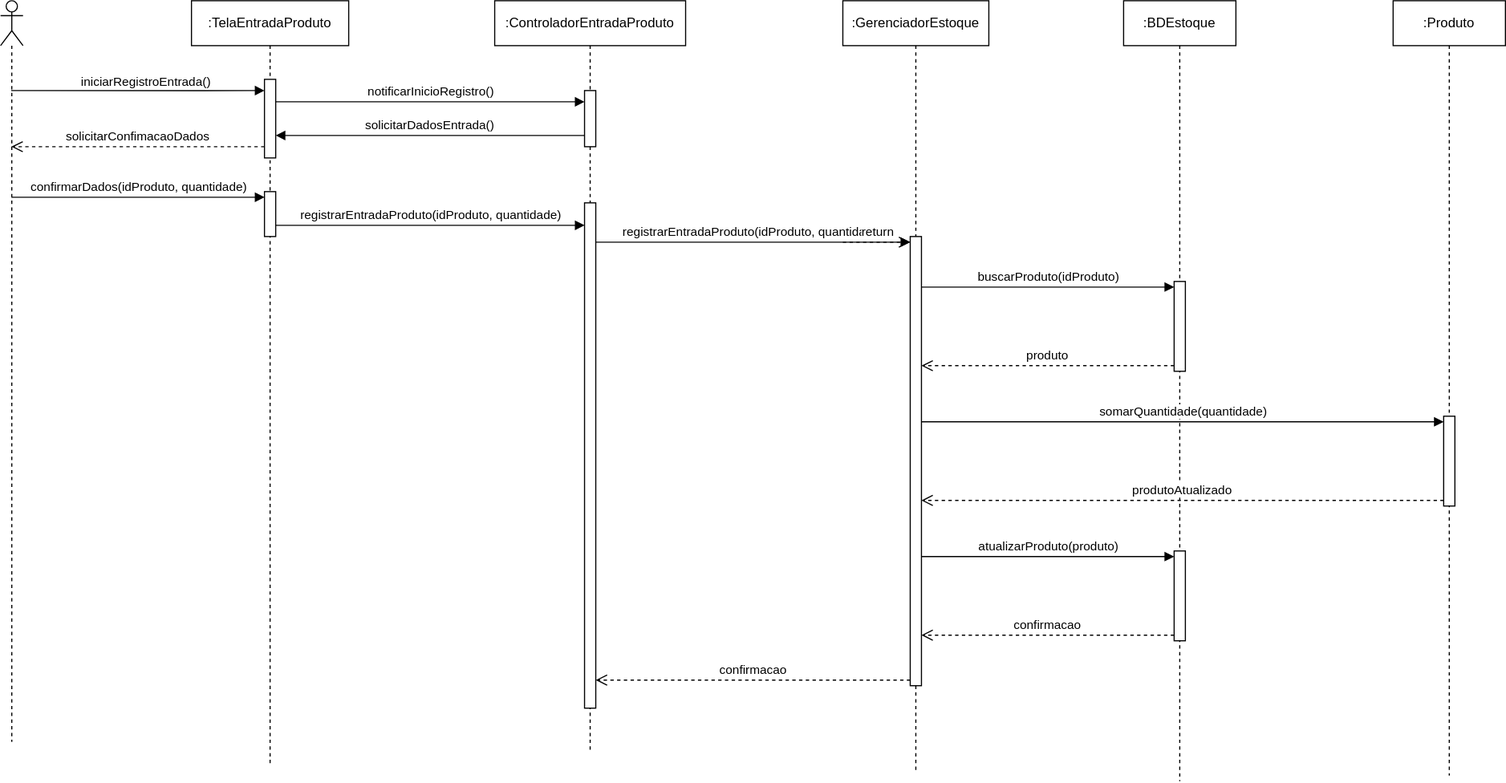
This is DiagramaSequenciaFinalCorrigido.drawio.svg from Luca-Saboia/Desenvolvimento-de-Sistemas-II, a draw.io export, as it was before one commit. Source tidied: cells renumbered, new cells last; positions are measured from the earlier drawing's top-left corner, leaving out a move shared by most shapes.
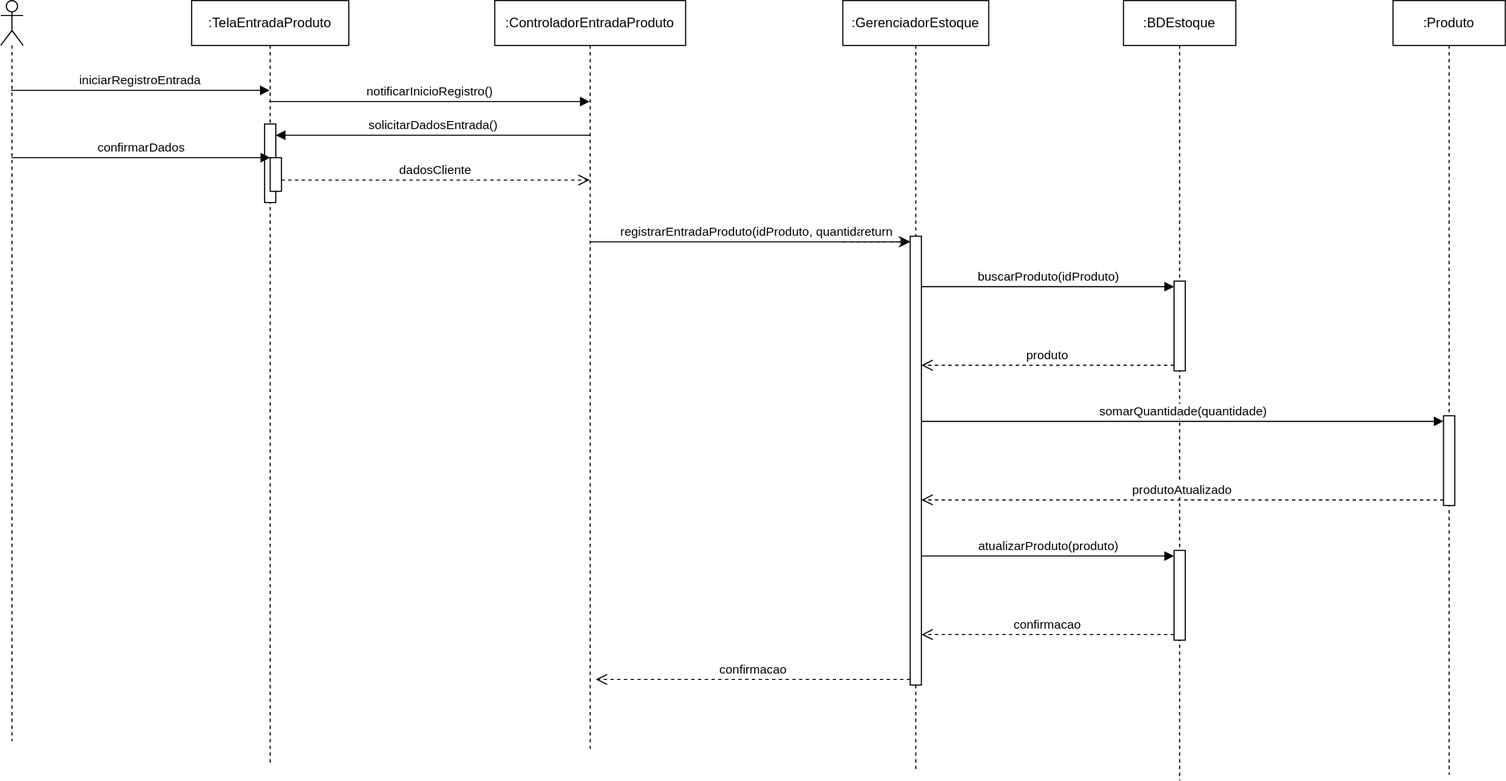
Later version of the same file.

The edit, as a diff of the source:
```diff
@@ -8,43 +8,27 @@
     <mxCell id="3" value=":TelaEntradaProduto" style="shape=umlLifeline;perimeter=lifelinePerimeter;whiteSpace=wrap;html=1;newEdgeStyle={&quot;curved&quot;:0,&quot;rounded&quot;:0};" parent="1" vertex="1">
       <mxGeometry x="170" width="140" height="680" as="geometry" />
     </mxCell>
-    <mxCell id="4" style="html=1;perimeter=orthogonalPerimeter;targetShapes=umlLifeline;newEdgeStyle={&quot;curved&quot;:0,&quot;rounded&quot;:0};" parent="3" vertex="1">
-      <mxGeometry x="65" y="170" width="10" height="40" as="geometry" />
-    </mxCell>
-    <mxCell id="5" style="html=1;perimeter=orthogonalPerimeter;targetShapes=umlLifeline;newEdgeStyle={&quot;curved&quot;:0,&quot;rounded&quot;:0};" parent="3" vertex="1">
-      <mxGeometry x="65" y="70" width="10" height="70" as="geometry" />
-    </mxCell>
+    <mxCell id="32" style="html=1;perimeter=orthogonalPerimeter;targetShapes=umlLifeline;newEdgeStyle={&quot;curved&quot;:0,&quot;rounded&quot;:0};" parent="3" vertex="1">
+      <mxGeometry x="65" y="110" width="10" height="70" as="geometry" />
+    </mxCell>
+    <mxCell id="33" style="html=1;points=[[0,0,0,0,5],[0,1,0,0,-5],[1,0,0,0,5],[1,1,0,0,-5]];perimeter=orthogonalPerimeter;outlineConnect=0;targetShapes=umlLifeline;portConstraint=eastwest;newEdgeStyle={&quot;curved&quot;:0,&quot;rounded&quot;:0};" parent="3" vertex="1">
+      <mxGeometry x="70" y="140" width="10" height="30" as="geometry" />
+    </mxCell>
+    <mxCell id="34" value="confirmarDados" style="html=1;verticalAlign=bottom;endArrow=block;curved=0;rounded=0;" parent="3" edge="1">
+      <mxGeometry relative="1" as="geometry">
+        <mxPoint x="-160.3" y="140" as="sourcePoint" />
+        <mxPoint x="70" y="140" as="targetPoint" />
+      </mxGeometry>
+    </mxCell>
     <mxCell id="6" value=":ControladorEntradaProduto" style="shape=umlLifeline;perimeter=lifelinePerimeter;whiteSpace=wrap;html=1;outlineConnect=0;portConstraint=eastwest;newEdgeStyle={&quot;curved&quot;:0,&quot;rounded&quot;:0};" parent="1" vertex="1">
       <mxGeometry x="440" width="170" height="670" as="geometry" />
     </mxCell>
-    <mxCell id="7" style="html=1;points=[[0,0,0,0,5],[0,1,0,0,-5],[1,0,0,0,5],[1,1,0,0,-5]];perimeter=orthogonalPerimeter;outlineConnect=0;targetShapes=umlLifeline;portConstraint=eastwest;newEdgeStyle={&quot;curved&quot;:0,&quot;rounded&quot;:0};" parent="6" vertex="1">
-      <mxGeometry x="80" y="180" width="10" height="450" as="geometry" />
-    </mxCell>
-    <mxCell id="8" style="html=1;points=[[0,0,0,0,5],[0,1,0,0,-5],[1,0,0,0,5],[1,1,0,0,-5]];perimeter=orthogonalPerimeter;outlineConnect=0;targetShapes=umlLifeline;portConstraint=eastwest;newEdgeStyle={&quot;curved&quot;:0,&quot;rounded&quot;:0};" parent="6" vertex="1">
-      <mxGeometry x="80" y="80" width="10" height="50" as="geometry" />
-    </mxCell>
     <mxCell id="9" value=":Produto" style="shape=umlLifeline;perimeter=lifelinePerimeter;whiteSpace=wrap;html=1;newEdgeStyle={&quot;curved&quot;:0,&quot;rounded&quot;:0};size=40;" parent="1" vertex="1">
       <mxGeometry x="1240" width="100" height="690" as="geometry" />
     </mxCell>
     <mxCell id="10" style="html=1;points=[[0,0,0,0,5],[0,1,0,0,-5],[1,0,0,0,5],[1,1,0,0,-5]];perimeter=orthogonalPerimeter;outlineConnect=0;targetShapes=umlLifeline;portConstraint=eastwest;newEdgeStyle={&quot;curved&quot;:0,&quot;rounded&quot;:0};" parent="9" vertex="1">
       <mxGeometry x="45" y="370" width="10" height="80" as="geometry" />
     </mxCell>
-    <mxCell id="11" style="endArrow=block;endFill=1;html=1;edgeStyle=orthogonalEdgeStyle;align=left;verticalAlign=top;rounded=0;" parent="1" edge="1">
-      <mxGeometry x="-0.79" y="60" relative="1" as="geometry">
-        <mxPoint x="9.5" y="80" as="sourcePoint" />
-        <mxPoint x="235" y="80" as="targetPoint" />
-        <Array as="points">
-          <mxPoint x="180" y="80" />
-          <mxPoint x="180" y="80" />
-        </Array>
-        <mxPoint x="-1" as="offset" />
-      </mxGeometry>
-    </mxCell>
-    <mxCell id="12" value="iniciarRegistroEntrada()" style="edgeLabel;html=1;align=left;verticalAlign=bottom;" parent="11" vertex="1">
-      <mxGeometry x="-1" relative="1" as="geometry">
-        <mxPoint x="61" as="offset" />
-      </mxGeometry>
-    </mxCell>
     <mxCell id="13" value=":BDEstoque" style="shape=umlLifeline;perimeter=lifelinePerimeter;whiteSpace=wrap;html=1;newEdgeStyle={&quot;curved&quot;:0,&quot;rounded&quot;:0};" parent="1" vertex="1">
       <mxGeometry x="1000" width="100" height="695" as="geometry" />
     </mxCell>
@@ -54,22 +38,19 @@
     <mxCell id="15" style="html=1;points=[[0,0,0,0,5],[0,1,0,0,-5],[1,0,0,0,5],[1,1,0,0,-5]];perimeter=orthogonalPerimeter;outlineConnect=0;targetShapes=umlLifeline;portConstraint=eastwest;newEdgeStyle={&quot;curved&quot;:0,&quot;rounded&quot;:0};" parent="13" vertex="1">
       <mxGeometry x="45" y="490" width="10" height="80" as="geometry" />
     </mxCell>
-    <mxCell id="16" value="notificarInicioRegistro()" style="html=1;verticalAlign=bottom;endArrow=block;curved=0;rounded=0;" parent="1" edge="1" target="8">
-      <mxGeometry relative="1" as="geometry">
-        <mxPoint x="245" y="90" as="sourcePoint" />
-      </mxGeometry>
-    </mxCell>
     <mxCell id="17" value=":GerenciadorEstoque" style="shape=umlLifeline;perimeter=lifelinePerimeter;whiteSpace=wrap;html=1;newEdgeStyle={&quot;curved&quot;:0,&quot;rounded&quot;:0};" parent="1" vertex="1">
       <mxGeometry x="750" width="130" height="685" as="geometry" />
     </mxCell>
     <mxCell id="18" style="html=1;points=[[0,0,0,0,5],[0,1,0,0,-5],[1,0,0,0,5],[1,1,0,0,-5]];perimeter=orthogonalPerimeter;outlineConnect=0;targetShapes=umlLifeline;portConstraint=eastwest;newEdgeStyle={&quot;curved&quot;:0,&quot;rounded&quot;:0};" parent="17" vertex="1">
       <mxGeometry x="60" y="210" width="10" height="400" as="geometry" />
     </mxCell>
-    <mxCell id="19" value="registrarEntradaProduto(idProduto, quantidade)" style="html=1;verticalAlign=bottom;endArrow=block;curved=0;rounded=0;entryX=0;entryY=0;entryDx=0;entryDy=5;" parent="1" edge="1" source="7" target="18">
+    <mxCell id="19" value="registrarEntradaProduto(idProduto, quantidade)" style="html=1;verticalAlign=bottom;endArrow=block;curved=0;rounded=0;entryX=0;entryY=0;entryDx=0;entryDy=5;" parent="1" edge="1" source="6" target="18">
       <mxGeometry relative="1" as="geometry" />
     </mxCell>
-    <mxCell id="20" value="confirmacao" style="html=1;verticalAlign=bottom;endArrow=open;dashed=1;endSize=8;curved=0;rounded=0;exitX=0;exitY=1;exitDx=0;exitDy=-5;" parent="1" edge="1" source="18" target="7">
-      <mxGeometry relative="1" as="geometry" />
+    <mxCell id="20" value="confirmacao" style="html=1;verticalAlign=bottom;endArrow=open;dashed=1;endSize=8;curved=0;rounded=0;exitX=0;exitY=1;exitDx=0;exitDy=-5;" parent="1" edge="1" source="18">
+      <mxGeometry relative="1" as="geometry">
+        <mxPoint x="530" y="605" as="targetPoint" />
+      </mxGeometry>
     </mxCell>
     <mxCell id="21" value="buscarProduto(idProduto)" style="html=1;verticalAlign=bottom;endArrow=block;curved=0;rounded=0;entryX=0;entryY=0;entryDx=0;entryDy=5;" parent="1" edge="1" source="18" target="14">
       <mxGeometry relative="1" as="geometry" />
@@ -89,41 +70,37 @@
     <mxCell id="26" value="confirmacao" style="html=1;verticalAlign=bottom;endArrow=open;dashed=1;endSize=8;curved=0;rounded=0;exitX=0;exitY=1;exitDx=0;exitDy=-5;" parent="1" edge="1" source="15" target="18">
       <mxGeometry relative="1" as="geometry" />
     </mxCell>
+    <mxCell id="28" value="return" style="html=1;verticalAlign=bottom;endArrow=open;dashed=1;endSize=8;curved=0;rounded=0;exitX=1;exitY=1;exitDx=0;exitDy=-5;" parent="1" edge="1" target="18">
+      <mxGeometry relative="1" as="geometry">
+        <mxPoint x="750" y="215" as="sourcePoint" />
+      </mxGeometry>
+    </mxCell>
+    <mxCell id="35" value="iniciarRegistroEntrada" style="html=1;verticalAlign=bottom;endArrow=block;curved=0;rounded=0;" parent="1" edge="1">
+      <mxGeometry relative="1" as="geometry">
+        <mxPoint x="9.2" y="80" as="sourcePoint" />
+        <mxPoint x="239.5" y="80" as="targetPoint" />
+      </mxGeometry>
+    </mxCell>
+    <mxCell id="16" value="notificarInicioRegistro()" style="html=1;verticalAlign=bottom;endArrow=block;curved=0;rounded=0;" parent="1" edge="1" target="6">
+      <mxGeometry relative="1" as="geometry">
+        <mxPoint x="239.2" y="90" as="sourcePoint" />
+        <Array as="points">
+          <mxPoint x="440" y="90" />
+        </Array>
+      </mxGeometry>
+    </mxCell>
-    <mxCell id="27" value="solicitarDadosEntrada()" style="html=1;verticalAlign=bottom;endArrow=block;curved=0;rounded=0;" parent="1" edge="1" source="8">
+    <mxCell id="27" value="solicitarDadosEntrada()" style="html=1;verticalAlign=bottom;endArrow=block;curved=0;rounded=0;" parent="1" edge="1">
       <mxGeometry relative="1" as="geometry">
+        <mxPoint x="524.5" y="120" as="sourcePoint" />
         <mxPoint x="245" y="120" as="targetPoint" />
       </mxGeometry>
     </mxCell>
-    <mxCell id="28" value="return" style="html=1;verticalAlign=bottom;endArrow=open;dashed=1;endSize=8;curved=0;rounded=0;exitX=1;exitY=1;exitDx=0;exitDy=-5;" parent="1" edge="1" target="18">
-      <mxGeometry relative="1" as="geometry">
-        <mxPoint x="750" y="215" as="sourcePoint" />
-      </mxGeometry>
-    </mxCell>
-    <mxCell id="29" value="confirmarDados(idProduto, quantidade)" style="html=1;verticalAlign=bottom;endArrow=block;curved=0;rounded=0;" parent="1" edge="1">
-      <mxGeometry relative="1" as="geometry">
-        <mxPoint x="9.7" y="175" as="sourcePoint" />
-        <mxPoint x="235" y="175" as="targetPoint" />
-        <Array as="points">
-          <mxPoint x="80" y="175" />
-          <mxPoint x="210" y="175" />
-        </Array>
-      </mxGeometry>
-    </mxCell>
-    <mxCell id="30" value="solicitarConfimacaoDados" style="html=1;verticalAlign=bottom;endArrow=open;dashed=1;endSize=8;curved=0;rounded=0;" parent="1" edge="1">
-      <mxGeometry relative="1" as="geometry">
-        <mxPoint x="235" y="130" as="sourcePoint" />
-        <mxPoint x="9.7" y="130" as="targetPoint" />
-      </mxGeometry>
-    </mxCell>
-    <mxCell id="31" value="registrarEntradaProduto(idProduto, quantidade)" style="html=1;verticalAlign=bottom;endArrow=block;curved=0;rounded=0;" parent="1" edge="1">
-      <mxGeometry relative="1" as="geometry">
-        <mxPoint x="245" y="200" as="sourcePoint" />
-        <mxPoint x="520" y="200" as="targetPoint" />
-        <Array as="points">
-          <mxPoint x="340.3" y="200" />
-          <mxPoint x="470.3" y="200" />
-        </Array>
-      </mxGeometry>
-    </mxCell>
+    <mxCell id="36" value="dadosCliente" style="html=1;verticalAlign=bottom;endArrow=open;dashed=1;endSize=8;curved=0;rounded=0;" parent="1" edge="1" source="33" target="6">
+      <mxGeometry relative="1" as="geometry">
+        <Array as="points">
+          <mxPoint x="340" y="160" />
+        </Array>
+      </mxGeometry>
+    </mxCell>
   </root>
 </mxGraphModel>
```
